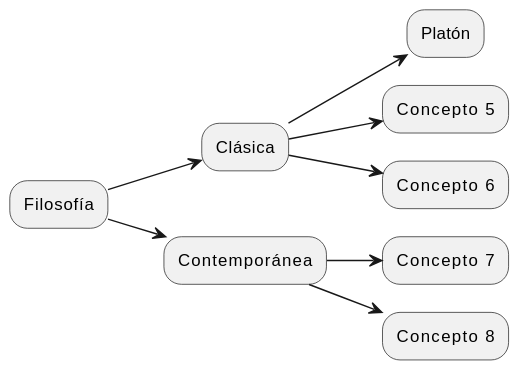
Above: docs/diagrams/test.svg in davidbp10/iw2023-2024-MovilUCA (PlantUML), before the change.
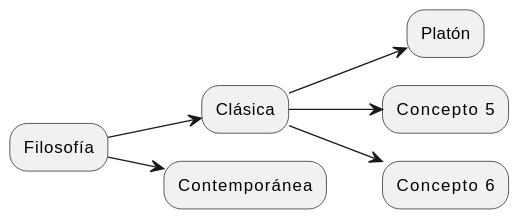
After the commit.

What changed in the source:
```diff
@@ -6,6 +6,4 @@
 "Clásica" --> Platón
 "Clásica" --> Concepto 5
 "Clásica" --> Concepto 6
-"Contemporánea" --> Concepto 7
-"Contemporánea" --> Concepto 8
 @enduml
```
